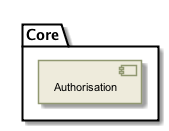
Before: _images/plantuml-d0893813aef17adc1cab1b63a060a034e6f6037e.png, a diagram exported from PlantUML (Terradue/doc-tep-geohazards-arch).
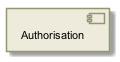
After the commit.

Change to the diagram source:
```diff
@@ -136,8 +136,6 @@
 }
 skinparam backgroundColor #FFFFFF
 skinparam componentStyle uml2
-folder "Core" {
 	[Authorisation] as group___authorisation [[../computational/components/group___authorisation.html]]
-}
 
 @enduml
```
